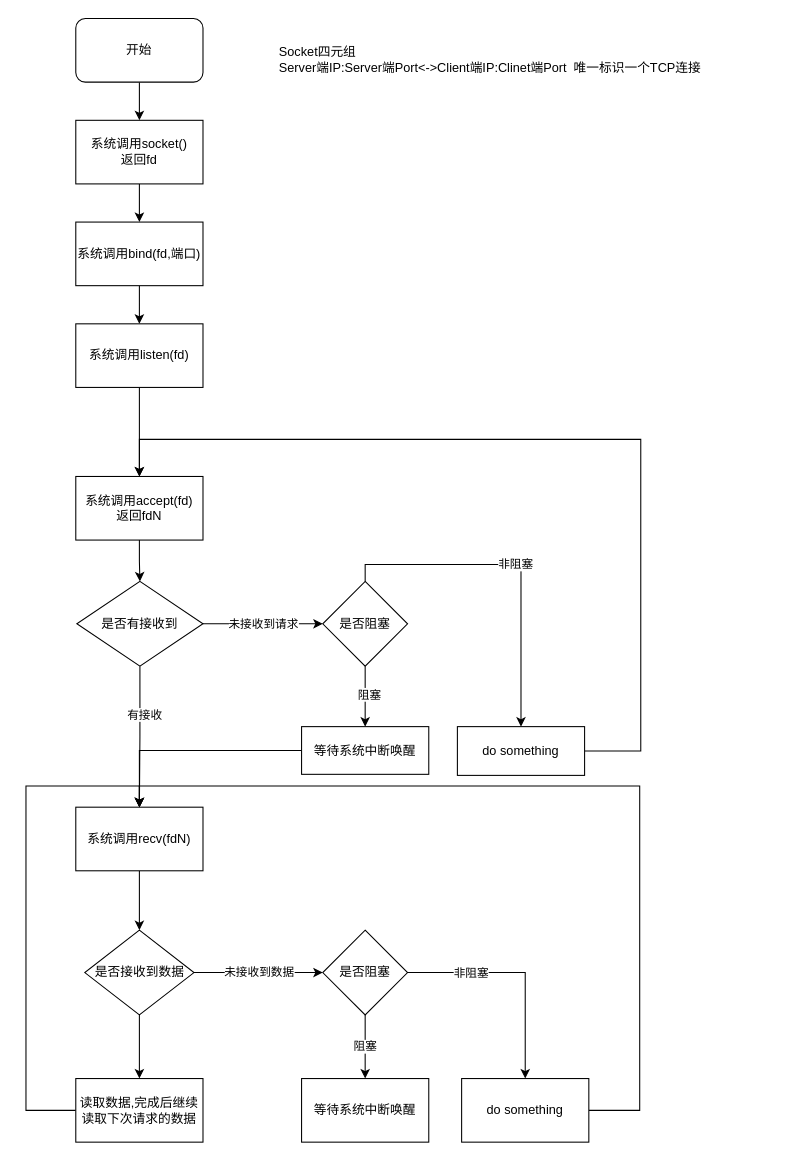
Above: BIO.drawio in catface996/images (draw.io), before the change. Source tidied: cells renumbered, new cells numbered last; positions are measured from the earlier drawing's top-left corner, leaving out a move shared by most shapes. Both pictures are drawn from the tidied source at 106%, with x=0, y=0 at pixel (25, 18).
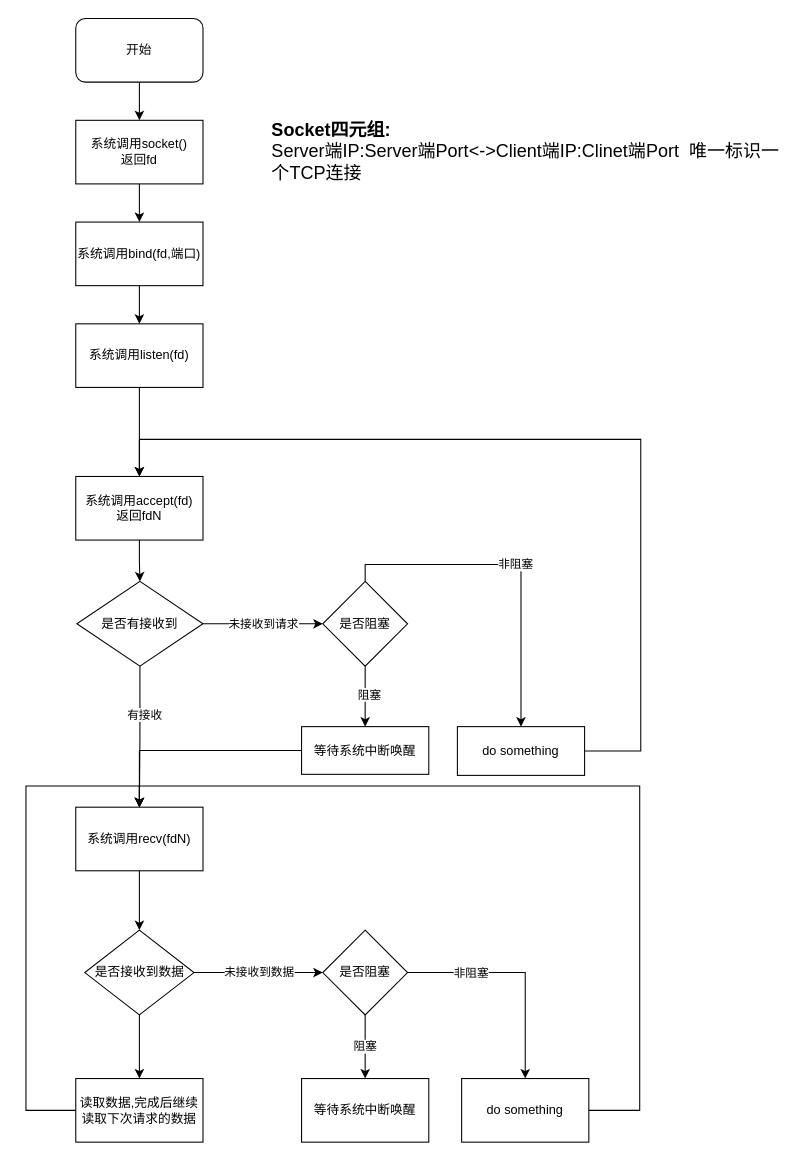
The same page after the edit.

What changed in the source:
```diff
@@
-    <mxCell id="4" value="&lt;blockquote style=&quot;margin: 0px 0px 0px 40px ; border: none ; padding: 0px&quot;&gt;Socket四元组&lt;/blockquote&gt;&lt;blockquote style=&quot;margin: 0px 0px 0px 40px ; border: none ; padding: 0px&quot;&gt;Server端IP:Server端Port&amp;lt;-&amp;gt;Client端IP:Clinet端Port&amp;nbsp; 唯一标识一个TCP连接&lt;/blockquote&gt;" style="text;html=1;strokeColor=none;fillColor=none;align=left;verticalAlign=middle;whiteSpace=wrap;rounded=0;" parent="1" vertex="1">
-      <mxGeometry x="197" width="521" height="77" as="geometry" />
+    <mxCell id="4" value="&lt;blockquote style=&quot;margin: 0px 0px 0px 40px ; border: none ; padding: 0px ; font-size: 17px&quot;&gt;Socket四元组:&lt;/blockquote&gt;&lt;blockquote style=&quot;margin: 0px 0px 0px 40px ; border: none ; padding: 0px ; font-size: 17px&quot;&gt;&lt;span style=&quot;font-weight: normal&quot;&gt;Server端IP:Server端Port&amp;lt;-&amp;gt;Client端IP:Clinet端Port&amp;nbsp; 唯一标识一个TCP连接&lt;/span&gt;&lt;/blockquote&gt;" style="text;html=1;strokeColor=none;fillColor=none;align=left;verticalAlign=middle;whiteSpace=wrap;rounded=0;fontStyle=1;fontSize=17;" parent="1" vertex="1">
+      <mxGeometry x="190" y="87.5" width="521" height="77" as="geometry" />
     </mxCell>
```
